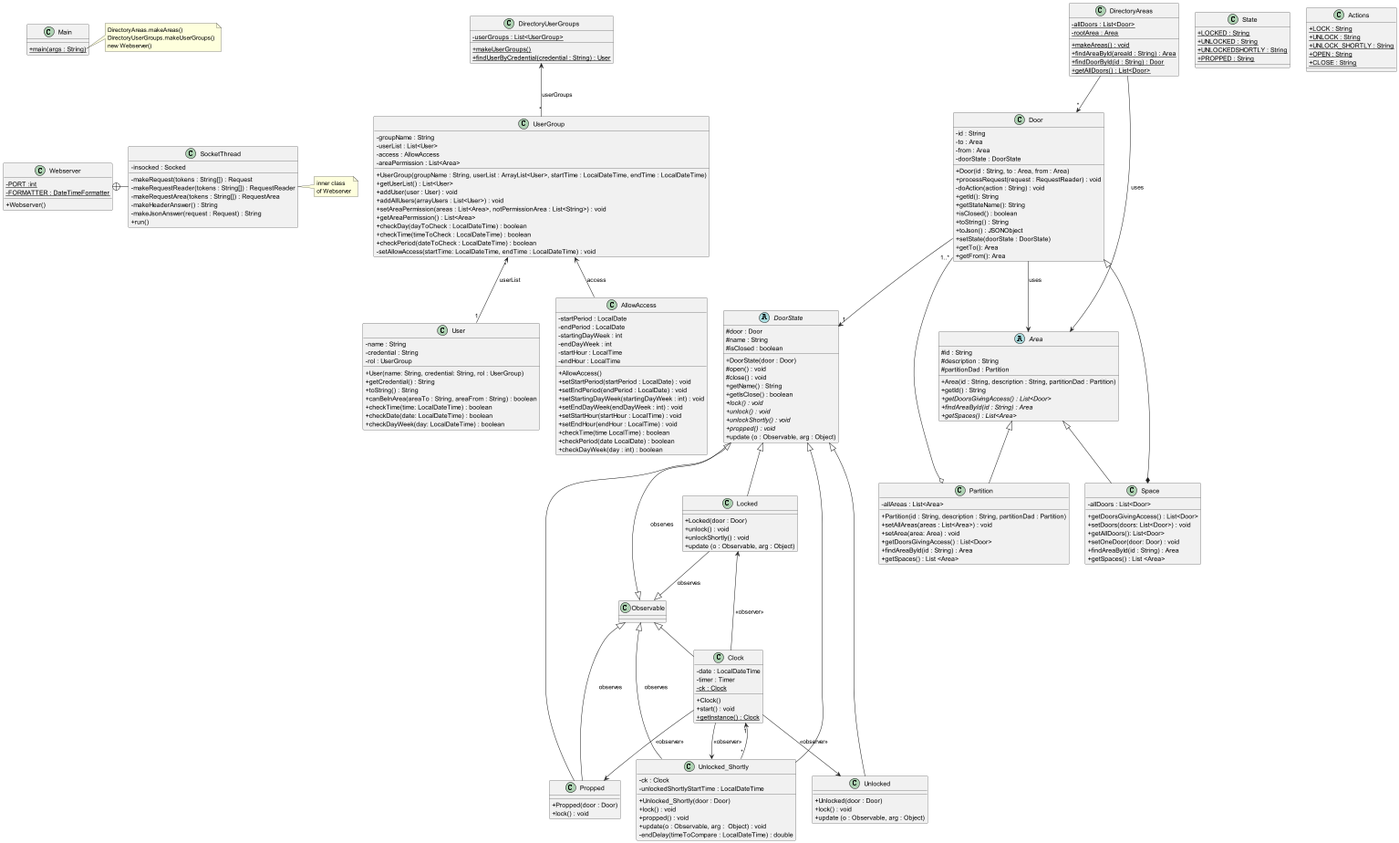
This is src/baseNoStates/uml/base_no_states.png from Jordiyy/DSPracticas, a PlantUML export, as it was before one commit.
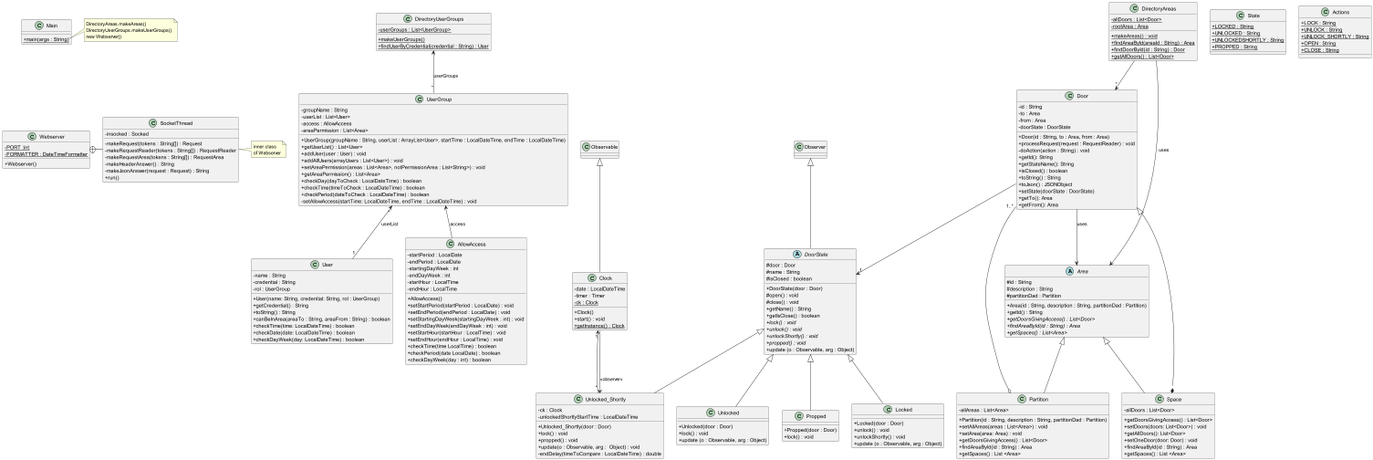
The same diagram one commit later.

Change to the diagram source:
```diff
@@ -89,7 +89,7 @@
 }
 
 
-abstract class DoorState {
+abstract class DoorState extends Observer{
     # door : Door
     # name : String
     # isClosed : boolean
@@ -228,15 +228,11 @@
 Partition o-- "1..*" Door
 Clock "1" <-- "*" Unlocked_Shortly
 Door --> Area : "uses"
-DoorState --|> Observable : observes
-Unlocked_Shortly --|> Observable : observes
 
-Propped --|> Observable : observes
-Locked --|> Observable : observes
-Clock --> Locked : <<observer>>
-Clock --> Unlocked : <<observer>>
+
+
 Clock --> Unlocked_Shortly : <<observer>>
-Clock --> Propped : <<observer>>
+
 
 
 Main -[hidden]down- Webserver
```
